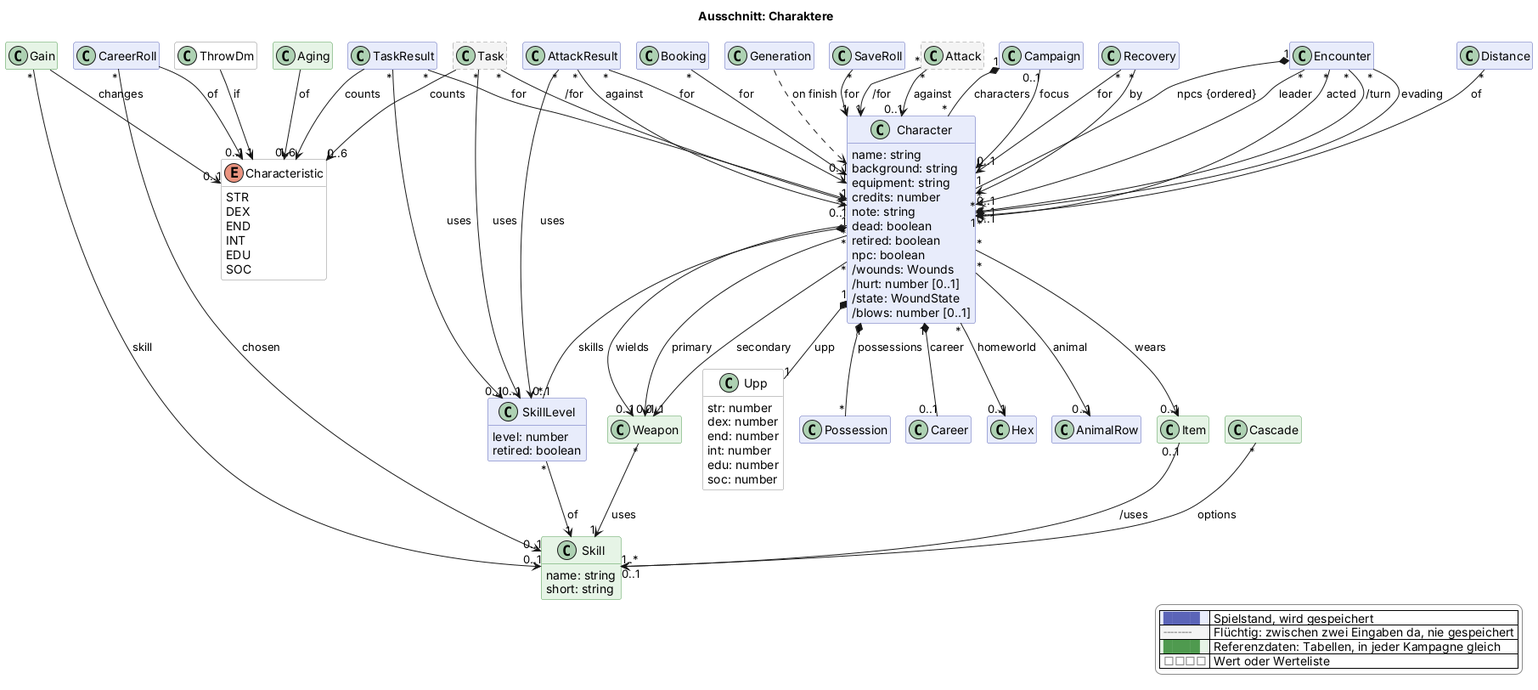
scuzzar/SRE keeps this PlantUML diagram as docs/views/charakter.png. Above is the earlier version.
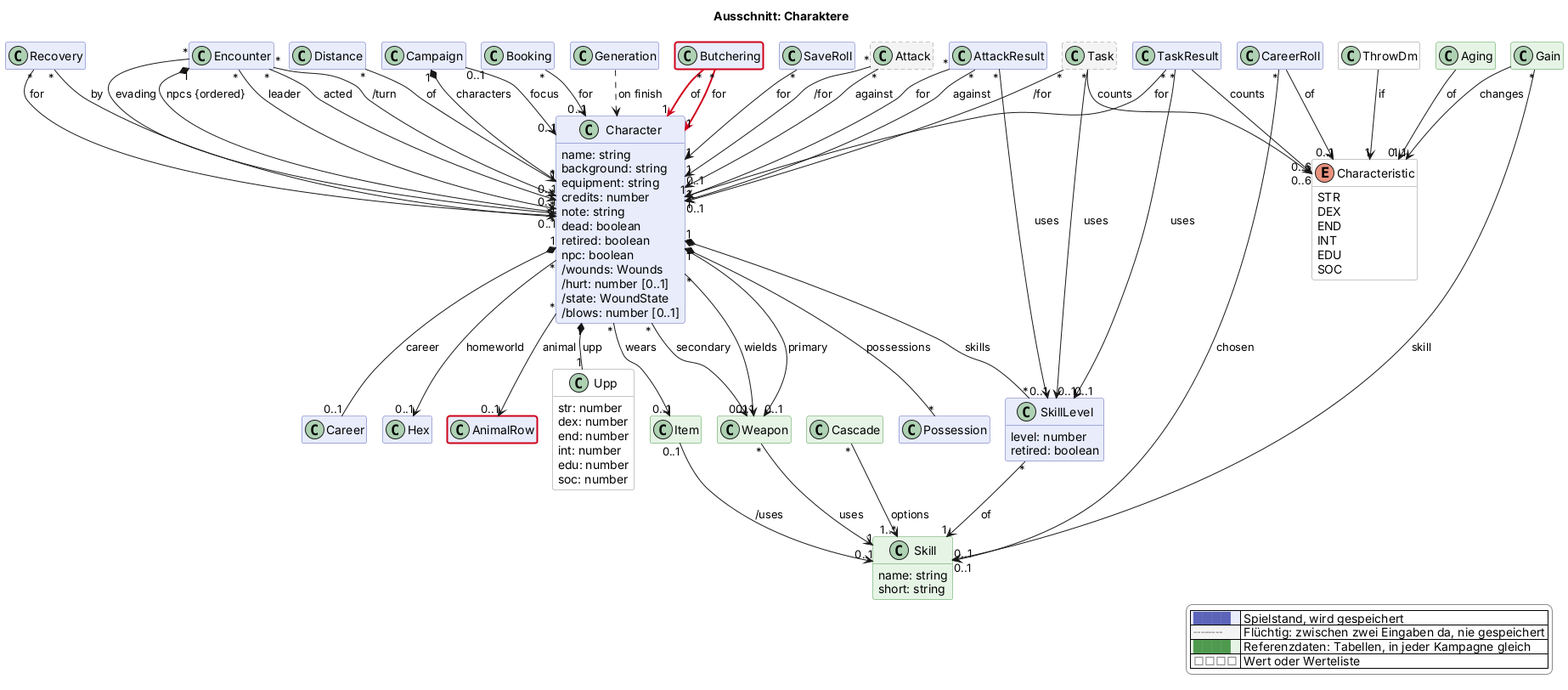
After the change.

Diff of the diagram source:
```diff
@@ -102,6 +102,7 @@
 
   class Hex $sektor
 
+  class Butchering $begegnung $newClass("2026-11-13")
   class SaveRoll $begegnung
 
   class Task <<transient>> $probe
@@ -162,6 +163,8 @@
 
 Recovery "*" --> "1" Character : for
 Recovery "*" --> "0..1" Character : by
+Butchering "*" -$newArrow("2026-11-13")-> "1" Character : of
+Butchering "*" -$newArrow("2026-11-13")-> "1" Character : for
 TaskResult "*" --> "1" Character : for
 TaskResult "*" --> "0..1" SkillLevel : uses
 TaskResult --> "0..6" Characteristic : counts
@@ -194,4 +197,5 @@
   |<#e6f4e6> <color:#4f9a4f>████</color> | Referenzdaten: Tabellen, in jeder Kampagne gleich |
   |<#ffffff> <color:#8a8a8a>□□□□</color> | Wert oder Werteliste |
 endlegend
+class AnimalRow #line:d0021b;line.bold
 @enduml
```
